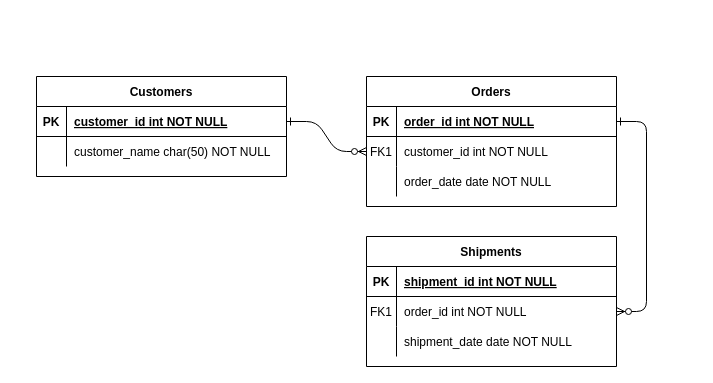
DemonHan/KuickBuy keeps this draw.io diagram as csdb/库条目餐饮.drawio. Above is the earlier version. Source tidied: cells renumbered, new cells numbered last; positions are measured from the earlier drawing's top-left corner, leaving out a move shared by most shapes. Both pictures are drawn from the tidied source at 100%, with x=0, y=0 at pixel (36, 76).
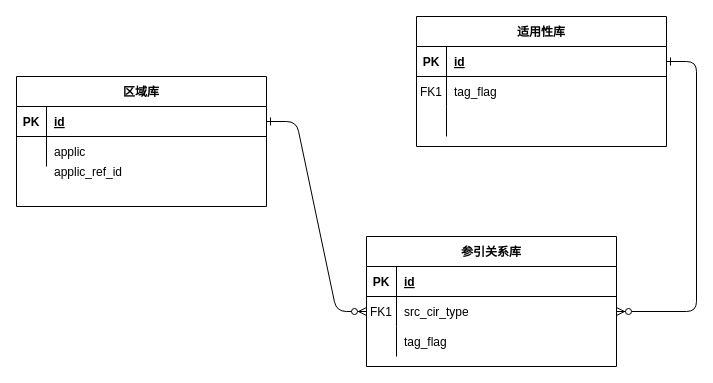
Above is the later version.

Commit message:
更新库条目餐饮.drawio

The change refers to these unchanged cells:
```xml
<mxCell id="5" style="shape=partialRectangle;fillColor=none;points=[[0,0.5],[1,0.5]];portConstraint=eastwest;top=0;left=0;right=0;bottom=1;" parent="4" vertex="1">
  <mxGeometry y="30" width="250" height="30" as="geometry" />
</mxCell>
<mxCell id="8" style="shape=partialRectangle;fillColor=none;points=[[0,0.5],[1,0.5]];portConstraint=eastwest;top=0;left=0;right=0;bottom=0;" parent="4" vertex="1">
  <mxGeometry y="60" width="250" height="30" as="geometry" />
</mxCell>
<mxCell id="11" style="shape=partialRectangle;fillColor=none;top=0;left=0;right=0;bottom=0;" parent="4" vertex="1">
  <mxGeometry y="90" width="250" height="30" as="geometry" />
</mxCell>
<mxCell id="15" style="shape=partialRectangle;fillColor=none;top=0;left=0;right=0;bottom=1;" parent="14" vertex="1">
  <mxGeometry y="30" width="250" height="30" as="geometry" />
</mxCell>
<mxCell id="18" style="shape=partialRectangle;fillColor=none;points=[[0,0.5],[1,0.5]];portConstraint=eastwest;top=0;left=0;right=0;bottom=0;" parent="14" vertex="1">
  <mxGeometry y="60" width="250" height="30" as="geometry" />
</mxCell>
<mxCell id="21" style="shape=partialRectangle;fillColor=none;top=0;left=0;right=0;bottom=0;" parent="14" vertex="1">
  <mxGeometry y="90" width="250" height="30" as="geometry" />
</mxCell>
<mxCell id="25" style="shape=partialRectangle;fillColor=none;points=[[0,0.5],[1,0.5]];portConstraint=eastwest;top=0;left=0;right=0;bottom=1;" parent="24" vertex="1">
  <mxGeometry y="30" width="250" height="30" as="geometry" />
</mxCell>
<mxCell id="28" style="shape=partialRectangle;fillColor=none;top=0;left=0;right=0;bottom=0;" parent="24" vertex="1">
  <mxGeometry y="60" width="250" height="30" as="geometry" />
</mxCell>
```

What changed in the source:
```diff
@@
-    <mxCell id="2" style="edgeStyle=entityRelationEdgeStyle;endArrow=ERzeroToMany;startArrow=ERone;endFill=1;startFill=0;" parent="1" edge="1" source="25" target="8">
+    <mxCell id="2" style="edgeStyle=entityRelationEdgeStyle;endArrow=ERzeroToMany;startArrow=ERone;endFill=1;startFill=0;entryX=0;entryY=0.5;entryDx=0;entryDy=0;" parent="1" edge="1" source="25" target="18">
       <mxGeometry relative="1" as="geometry" />
     </mxCell>
@@
-    <mxCell id="4" value="Orders" style="shape=table;startSize=30;childLayout=tableLayout;rowLines=0;fontStyle=1;align=center;" parent="1" vertex="1">
-      <mxGeometry x="330" width="250" height="130" as="geometry" />
+    <mxCell id="4" value="适用性库" style="shape=table;startSize=30;childLayout=tableLayout;rowLines=0;fontStyle=1;align=center;" parent="1" vertex="1">
+      <mxGeometry x="380" y="-60" width="250" height="130" as="geometry" />
     </mxCell>
@@
-    <mxCell id="7" value="order_id int NOT NULL " style="shape=partialRectangle;overflow=hidden;fillColor=none;top=0;left=0;bottom=0;right=0;align=left;spacingLeft=6;fontStyle=5;" parent="5" vertex="1">
+    <mxCell id="7" value="id" style="shape=partialRectangle;overflow=hidden;fillColor=none;top=0;left=0;bottom=0;right=0;align=left;spacingLeft=6;fontStyle=5;" parent="5" vertex="1">
       <mxGeometry x="30" width="220" height="30" as="geometry" />
     </mxCell>
@@
-    <mxCell id="10" value="customer_id int NOT NULL" style="shape=partialRectangle;overflow=hidden;fillColor=none;top=0;left=0;bottom=0;right=0;align=left;spacingLeft=6;" parent="8" vertex="1">
+    <mxCell id="10" value="tag_flag" style="shape=partialRectangle;overflow=hidden;fillColor=none;top=0;left=0;bottom=0;right=0;align=left;spacingLeft=6;" parent="8" vertex="1">
       <mxGeometry x="30" width="220" height="30" as="geometry" />
     </mxCell>
@@
-    <mxCell id="13" value="order_date date NOT NULL" style="shape=partialRectangle;overflow=hidden;fillColor=none;top=0;left=0;bottom=0;right=0;align=left;spacingLeft=6;" parent="11" vertex="1">
+    <mxCell id="13" style="shape=partialRectangle;overflow=hidden;fillColor=none;top=0;left=0;bottom=0;right=0;align=left;spacingLeft=6;" parent="11" vertex="1">
       <mxGeometry x="30" width="220" height="30" as="geometry" />
     </mxCell>
-    <mxCell id="14" value="Shipments" style="shape=table;startSize=30;childLayout=tableLayout;rowLines=0;fontStyle=1;align=center;" parent="1" vertex="1">
+    <mxCell id="14" value="参引关系库" style="shape=table;startSize=30;childLayout=tableLayout;rowLines=0;fontStyle=1;align=center;" parent="1" vertex="1">
       <mxGeometry x="330" y="160" width="250" height="130" as="geometry" />
     </mxCell>
@@
-    <mxCell id="17" value="shipment_id int NOT NULL " style="shape=partialRectangle;overflow=hidden;fillColor=none;top=0;left=0;bottom=0;right=0;align=left;spacingLeft=6;fontStyle=5;" parent="15" vertex="1">
+    <mxCell id="17" value="id" style="shape=partialRectangle;overflow=hidden;fillColor=none;top=0;left=0;bottom=0;right=0;align=left;spacingLeft=6;fontStyle=5;" parent="15" vertex="1">
       <mxGeometry x="30" width="220" height="30" as="geometry" />
     </mxCell>
@@
-    <mxCell id="20" value="order_id int NOT NULL" style="shape=partialRectangle;overflow=hidden;fillColor=none;top=0;left=0;bottom=0;right=0;align=left;spacingLeft=6;" parent="18" vertex="1">
+    <mxCell id="20" value="src_cir_type" style="shape=partialRectangle;overflow=hidden;fillColor=none;top=0;left=0;bottom=0;right=0;align=left;spacingLeft=6;" parent="18" vertex="1">
       <mxGeometry x="30" width="220" height="30" as="geometry" />
     </mxCell>
@@
-    <mxCell id="23" value="shipment_date date NOT NULL" style="shape=partialRectangle;overflow=hidden;fillColor=none;top=0;left=0;bottom=0;right=0;align=left;spacingLeft=6;" parent="21" vertex="1">
+    <mxCell id="23" value="tag_flag" style="shape=partialRectangle;overflow=hidden;fillColor=none;top=0;left=0;bottom=0;right=0;align=left;spacingLeft=6;" parent="21" vertex="1">
       <mxGeometry x="30" width="220" height="30" as="geometry" />
     </mxCell>
-    <mxCell id="24" value="Customers" style="shape=table;startSize=30;childLayout=tableLayout;rowLines=0;fontStyle=1;align=center;" parent="1" vertex="1">
-      <mxGeometry width="250" height="100" as="geometry" />
+    <mxCell id="24" value="区域库" style="shape=table;startSize=30;childLayout=tableLayout;rowLines=0;fontStyle=1;align=center;" parent="1" vertex="1">
+      <mxGeometry x="-20" width="250" height="130" as="geometry" />
     </mxCell>
@@
-    <mxCell id="27" value="customer_id int NOT NULL " style="shape=partialRectangle;overflow=hidden;fillColor=none;top=0;left=0;bottom=0;right=0;align=left;spacingLeft=6;fontStyle=5;" parent="25" vertex="1">
+    <mxCell id="27" value="id" style="shape=partialRectangle;overflow=hidden;fillColor=none;top=0;left=0;bottom=0;right=0;align=left;spacingLeft=6;fontStyle=5;" parent="25" vertex="1">
       <mxGeometry x="30" width="220" height="30" as="geometry" />
     </mxCell>
@@
-    <mxCell id="30" value="customer_name char(50) NOT NULL" style="shape=partialRectangle;overflow=hidden;fillColor=none;top=0;left=0;bottom=0;right=0;align=left;spacingLeft=6;" parent="28" vertex="1">
+    <mxCell id="30" value="applic" style="shape=partialRectangle;overflow=hidden;fillColor=none;top=0;left=0;bottom=0;right=0;align=left;spacingLeft=6;" parent="28" vertex="1">
       <mxGeometry x="30" width="220" height="30" as="geometry" />
     </mxCell>
+    <mxCell id="31" value="applic_ref_id" style="shape=partialRectangle;overflow=hidden;fillColor=none;top=0;left=0;bottom=0;right=0;align=left;spacingLeft=6;" parent="1" vertex="1">
+      <mxGeometry x="10" y="80" width="220" height="30" as="geometry" />
+    </mxCell>
```
